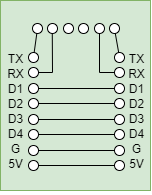
Earlier version of the draw.io export PCB Serial ESP8266 ke Ardu Mega.drawio.png (wimbuhTri/Komuni_Remote_Distribution). Source tidied: cells renumbered, new cells last; positions are measured from the earlier drawing's top-left corner, leaving out a move shared by most shapes. Its diagram source:
```xml
<mxGraphModel>
  <root>
    <mxCell id="0" />
    <mxCell id="1" parent="0" />
    <mxCell id="2" style="rounded=0;whiteSpace=wrap;html=1;fillColor=#d5e8d4;strokeColor=#82b366;" parent="1" vertex="1">
      <mxGeometry y="16" width="150" height="190" as="geometry" />
    </mxCell>
    <mxCell id="3" style="group;" parent="1" vertex="1">
      <mxGeometry x="28" y="68" width="10" height="118" as="geometry" />
    </mxCell>
    <mxCell id="4" style="ellipse;whiteSpace=wrap;html=1;" parent="3" vertex="1">
      <mxGeometry y="93" width="10" height="10" as="geometry" />
    </mxCell>
    <mxCell id="5" style="ellipse;whiteSpace=wrap;html=1;" parent="3" vertex="1">
      <mxGeometry y="108" width="10" height="10" as="geometry" />
    </mxCell>
    <mxCell id="6" style="ellipse;whiteSpace=wrap;html=1;" parent="3" vertex="1">
      <mxGeometry y="62" width="10" height="10" as="geometry" />
    </mxCell>
    <mxCell id="7" style="ellipse;whiteSpace=wrap;html=1;" parent="3" vertex="1">
      <mxGeometry y="77" width="10" height="10" as="geometry" />
    </mxCell>
    <mxCell id="8" style="ellipse;whiteSpace=wrap;html=1;" parent="3" vertex="1">
      <mxGeometry y="31" width="10" height="10" as="geometry" />
    </mxCell>
    <mxCell id="9" style="ellipse;whiteSpace=wrap;html=1;" parent="3" vertex="1">
      <mxGeometry y="46" width="10" height="10" as="geometry" />
    </mxCell>
    <mxCell id="10" style="ellipse;whiteSpace=wrap;html=1;" parent="3" vertex="1">
      <mxGeometry width="10" height="10" as="geometry" />
    </mxCell>
    <mxCell id="11" style="ellipse;whiteSpace=wrap;html=1;" parent="3" vertex="1">
      <mxGeometry y="15" width="10" height="10" as="geometry" />
    </mxCell>
    <mxCell id="12" style="group;" parent="1" vertex="1">
      <mxGeometry x="114" y="68" width="10" height="118" as="geometry" />
    </mxCell>
    <mxCell id="13" style="ellipse;whiteSpace=wrap;html=1;" parent="12" vertex="1">
      <mxGeometry y="93" width="10" height="10" as="geometry" />
    </mxCell>
    <mxCell id="14" style="ellipse;whiteSpace=wrap;html=1;" parent="12" vertex="1">
      <mxGeometry y="108" width="10" height="10" as="geometry" />
    </mxCell>
    <mxCell id="15" style="ellipse;whiteSpace=wrap;html=1;" parent="12" vertex="1">
      <mxGeometry y="62" width="10" height="10" as="geometry" />
    </mxCell>
    <mxCell id="16" style="ellipse;whiteSpace=wrap;html=1;" parent="12" vertex="1">
      <mxGeometry y="77" width="10" height="10" as="geometry" />
    </mxCell>
    <mxCell id="17" style="ellipse;whiteSpace=wrap;html=1;" parent="12" vertex="1">
      <mxGeometry y="31" width="10" height="10" as="geometry" />
    </mxCell>
    <mxCell id="18" style="ellipse;whiteSpace=wrap;html=1;" parent="12" vertex="1">
      <mxGeometry y="46" width="10" height="10" as="geometry" />
    </mxCell>
    <mxCell id="19" style="ellipse;whiteSpace=wrap;html=1;" parent="12" vertex="1">
      <mxGeometry width="10" height="10" as="geometry" />
    </mxCell>
    <mxCell id="20" style="ellipse;whiteSpace=wrap;html=1;" parent="12" vertex="1">
      <mxGeometry y="15" width="10" height="10" as="geometry" />
    </mxCell>
    <mxCell id="21" style="group;rotation=90;" parent="1" vertex="1">
      <mxGeometry x="70" width="10" height="87" as="geometry" />
    </mxCell>
    <mxCell id="22" style="ellipse;whiteSpace=wrap;html=1;rotation=90;" parent="21" vertex="1">
      <mxGeometry x="-23" y="39" width="10" height="10" as="geometry" />
    </mxCell>
    <mxCell id="23" style="ellipse;whiteSpace=wrap;html=1;rotation=90;" parent="21" vertex="1">
      <mxGeometry x="-38" y="39" width="10" height="10" as="geometry" />
    </mxCell>
    <mxCell id="24" style="ellipse;whiteSpace=wrap;html=1;rotation=90;" parent="21" vertex="1">
      <mxGeometry x="8" y="39" width="10" height="10" as="geometry" />
    </mxCell>
    <mxCell id="25" style="ellipse;whiteSpace=wrap;html=1;rotation=90;" parent="21" vertex="1">
      <mxGeometry x="-7" y="39" width="10" height="10" as="geometry" />
    </mxCell>
    <mxCell id="26" style="ellipse;whiteSpace=wrap;html=1;rotation=90;" parent="21" vertex="1">
      <mxGeometry x="39" y="39" width="10" height="10" as="geometry" />
    </mxCell>
    <mxCell id="27" style="ellipse;whiteSpace=wrap;html=1;rotation=90;" parent="21" vertex="1">
      <mxGeometry x="24" y="39" width="10" height="10" as="geometry" />
    </mxCell>
    <mxCell id="28" style="rounded=0;jettySize=auto;html=1;endArrow=none;endFill=0;" parent="1" edge="1" source="23" target="10">
      <mxGeometry relative="1" as="geometry" />
    </mxCell>
    <mxCell id="29" style="edgeStyle=orthogonalEdgeStyle;rounded=0;jettySize=auto;html=1;endArrow=none;endFill=0;" parent="1" edge="1" source="22" target="11">
      <mxGeometry relative="1" as="geometry">
        <Array as="points">
          <mxPoint x="52" y="88" />
        </Array>
      </mxGeometry>
    </mxCell>
    <mxCell id="30" style="edgeStyle=none;rounded=0;jettySize=auto;html=1;endArrow=none;endFill=0;" parent="1" edge="1" source="26" target="19">
      <mxGeometry relative="1" as="geometry" />
    </mxCell>
    <mxCell id="31" style="edgeStyle=orthogonalEdgeStyle;rounded=0;jettySize=auto;html=1;endArrow=none;endFill=0;" parent="1" edge="1" source="27" target="20">
      <mxGeometry relative="1" as="geometry">
        <Array as="points">
          <mxPoint x="99" y="88" />
        </Array>
      </mxGeometry>
    </mxCell>
    <mxCell id="32" style="edgeStyle=orthogonalEdgeStyle;rounded=0;jettySize=auto;html=1;endArrow=none;endFill=0;" parent="1" edge="1" source="8" target="17">
      <mxGeometry relative="1" as="geometry" />
    </mxCell>
    <mxCell id="33" style="edgeStyle=orthogonalEdgeStyle;rounded=0;jettySize=auto;html=1;endArrow=none;endFill=0;" parent="1" edge="1" source="9" target="18">
      <mxGeometry relative="1" as="geometry" />
    </mxCell>
    <mxCell id="34" style="edgeStyle=orthogonalEdgeStyle;rounded=0;jettySize=auto;html=1;endArrow=none;endFill=0;" parent="1" edge="1" source="6" target="15">
      <mxGeometry relative="1" as="geometry" />
    </mxCell>
    <mxCell id="35" style="edgeStyle=orthogonalEdgeStyle;rounded=0;jettySize=auto;html=1;endArrow=none;endFill=0;" parent="1" edge="1" source="7" target="16">
      <mxGeometry relative="1" as="geometry" />
    </mxCell>
    <mxCell id="36" style="edgeStyle=orthogonalEdgeStyle;rounded=0;jettySize=auto;html=1;endArrow=none;endFill=0;" parent="1" edge="1" source="4" target="13">
      <mxGeometry relative="1" as="geometry" />
    </mxCell>
    <mxCell id="37" style="edgeStyle=orthogonalEdgeStyle;rounded=0;jettySize=auto;html=1;endArrow=none;endFill=0;" parent="1" edge="1" source="5" target="14">
      <mxGeometry relative="1" as="geometry" />
    </mxCell>
    <mxCell id="38" value="&lt;p style=&quot;line-height: 1.3&quot;&gt;TX&lt;br&gt;RX&lt;br&gt;D1&lt;br&gt;D2&lt;br&gt;D3&lt;br&gt;D4&lt;br&gt;G&lt;br&gt;5V&lt;/p&gt;" style="text;html=1;align=center;verticalAlign=middle;strokeColor=none;fillColor=none;spacingBottom=4;" parent="1" vertex="1">
      <mxGeometry y="49" width="30" height="160" as="geometry" />
    </mxCell>
    <mxCell id="39" value="&lt;p style=&quot;line-height: 1.3&quot;&gt;TX&lt;br&gt;RX&lt;br&gt;D1&lt;br&gt;D2&lt;br&gt;D3&lt;br&gt;D4&lt;br&gt;G&lt;br&gt;5V&lt;/p&gt;" style="text;html=1;align=center;verticalAlign=middle;strokeColor=none;fillColor=none;spacingBottom=4;" parent="1" vertex="1">
      <mxGeometry x="121" y="49" width="30" height="160" as="geometry" />
    </mxCell>
  </root>
</mxGraphModel>
```
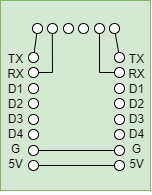
After the change.

What changed in the source:
```diff
@@ -100,18 +100,6 @@
         </Array>
       </mxGeometry>
     </mxCell>
-    <mxCell id="32" style="edgeStyle=orthogonalEdgeStyle;rounded=0;jettySize=auto;html=1;endArrow=none;endFill=0;" parent="1" edge="1" source="8" target="17">
-      <mxGeometry relative="1" as="geometry" />
-    </mxCell>
-    <mxCell id="33" style="edgeStyle=orthogonalEdgeStyle;rounded=0;jettySize=auto;html=1;endArrow=none;endFill=0;" parent="1" edge="1" source="9" target="18">
-      <mxGeometry relative="1" as="geometry" />
-    </mxCell>
-    <mxCell id="34" style="edgeStyle=orthogonalEdgeStyle;rounded=0;jettySize=auto;html=1;endArrow=none;endFill=0;" parent="1" edge="1" source="6" target="15">
-      <mxGeometry relative="1" as="geometry" />
-    </mxCell>
-    <mxCell id="35" style="edgeStyle=orthogonalEdgeStyle;rounded=0;jettySize=auto;html=1;endArrow=none;endFill=0;" parent="1" edge="1" source="7" target="16">
-      <mxGeometry relative="1" as="geometry" />
-    </mxCell>
     <mxCell id="36" style="edgeStyle=orthogonalEdgeStyle;rounded=0;jettySize=auto;html=1;endArrow=none;endFill=0;" parent="1" edge="1" source="4" target="13">
       <mxGeometry relative="1" as="geometry" />
     </mxCell>
```
